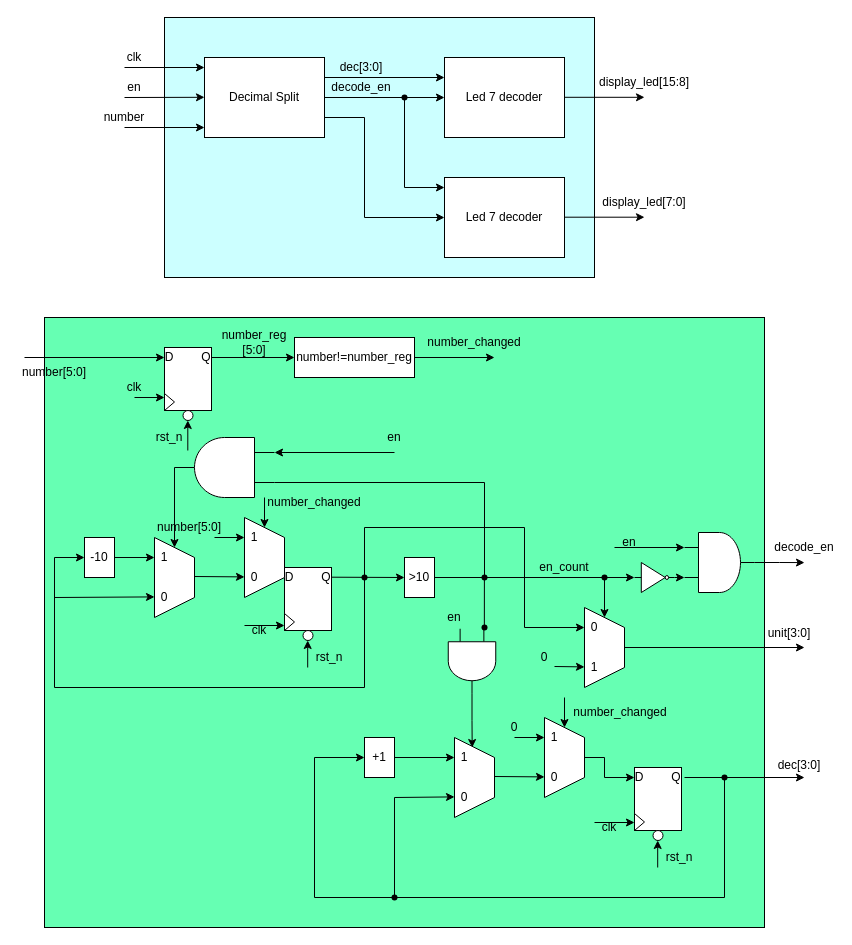
Before: page "Decimal Split" (4 of 4) of Traffic_light.drawio in 106210049/Traffic-light-SystemVerilog, a draw.io diagram. Source tidied: cells renumbered, new cells numbered last; positions are measured from the earlier drawing's top-left corner, leaving out a move shared by most shapes. Both pictures are drawn from the tidied source at 100%, with x=0, y=0 at pixel (24, 17).
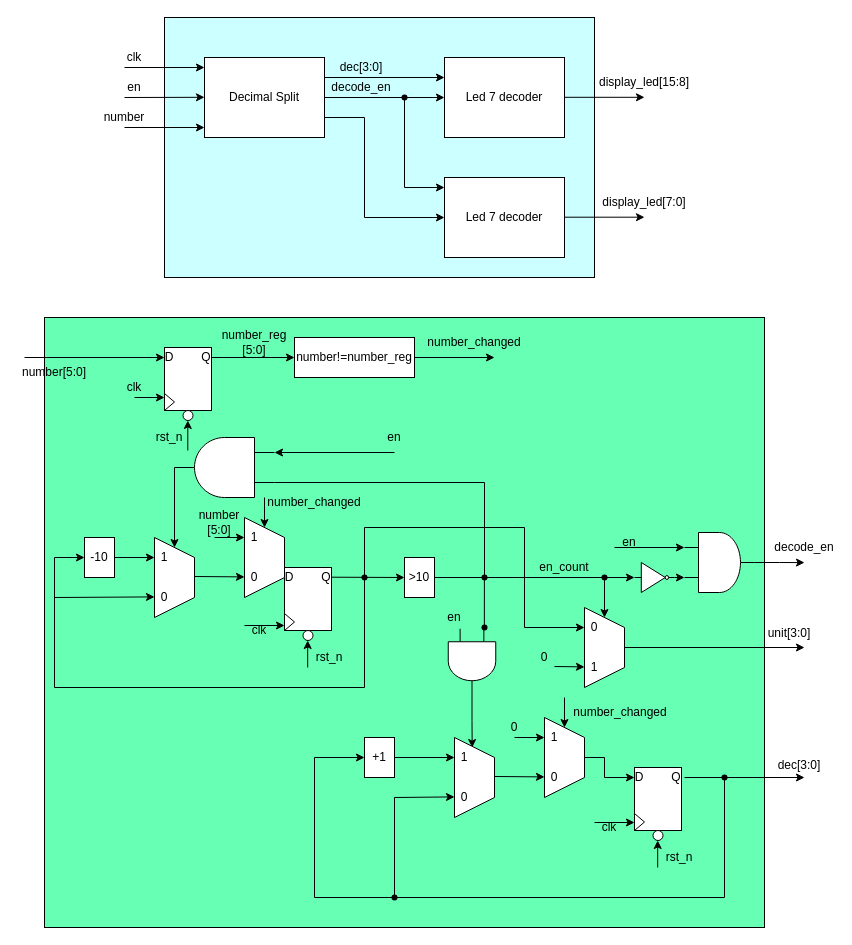
Above is the later version.

The edit, as a diff of the source:
```diff
@@
-    <mxCell id="155" value="number[5:0]" style="text;strokeColor=none;align=center;fillColor=none;html=1;verticalAlign=middle;whiteSpace=wrap;rounded=0;" parent="1" vertex="1">
-      <mxGeometry x="130" y="500" width="70" height="20" as="geometry" />
+    <mxCell id="155" value="number&lt;div&gt;[5:0]&lt;/div&gt;" style="text;strokeColor=none;align=center;fillColor=none;html=1;verticalAlign=middle;whiteSpace=wrap;rounded=0;" parent="1" vertex="1">
+      <mxGeometry x="160" y="495" width="70" height="20" as="geometry" />
     </mxCell>
```
